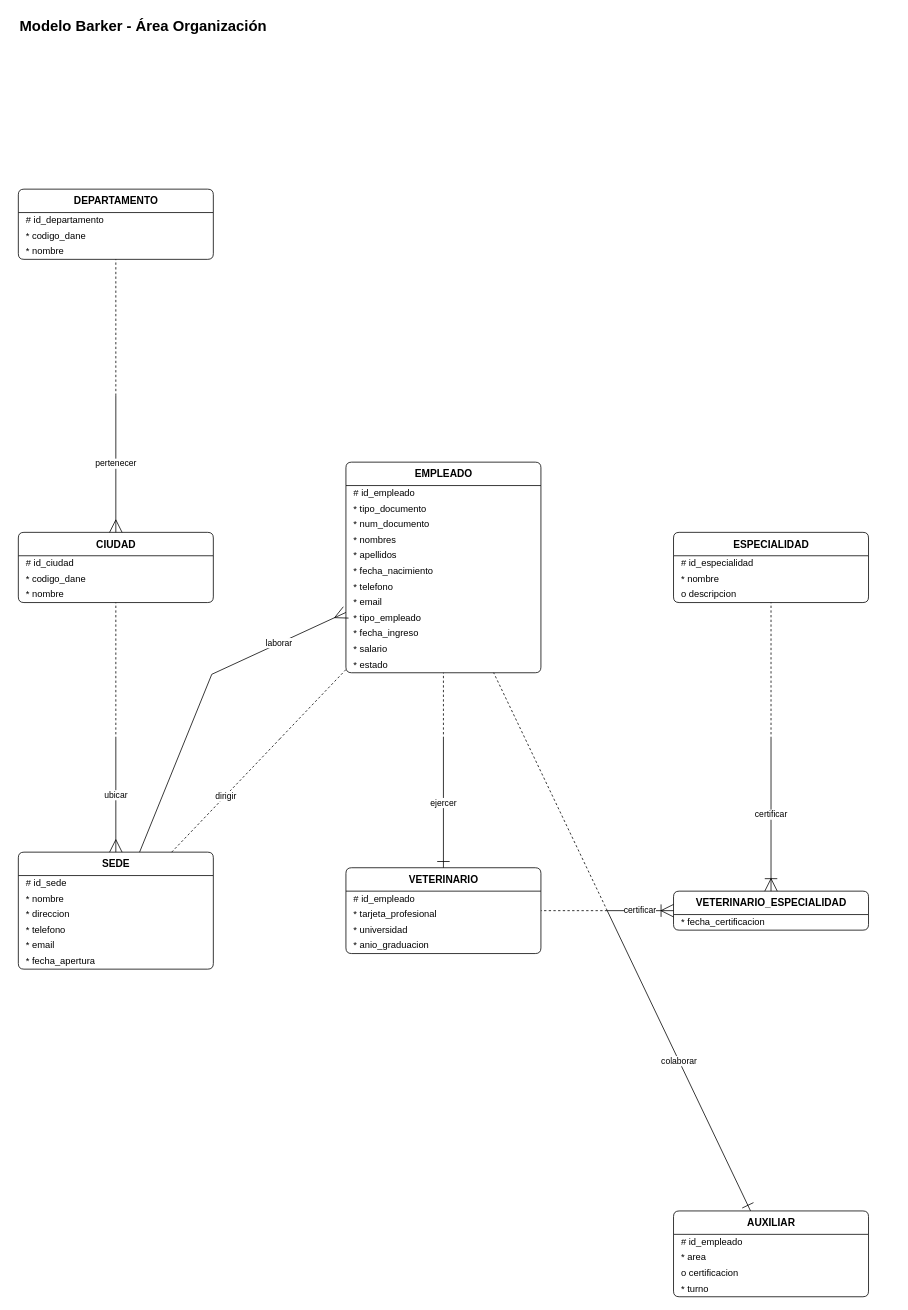
Earlier version of the draw.io diagram documentos/fase1/diagramas_drawio/16_Barker_Organizacion.drawio (Estarlan/proyecto-bd1-sigevet). Source tidied: cells renumbered, new cells numbered last; positions are measured from the earlier drawing's top-left corner, leaving out a move shared by most shapes. Both pictures are drawn from the tidied source at 78%, with x=0, y=0 at pixel (18, 13).
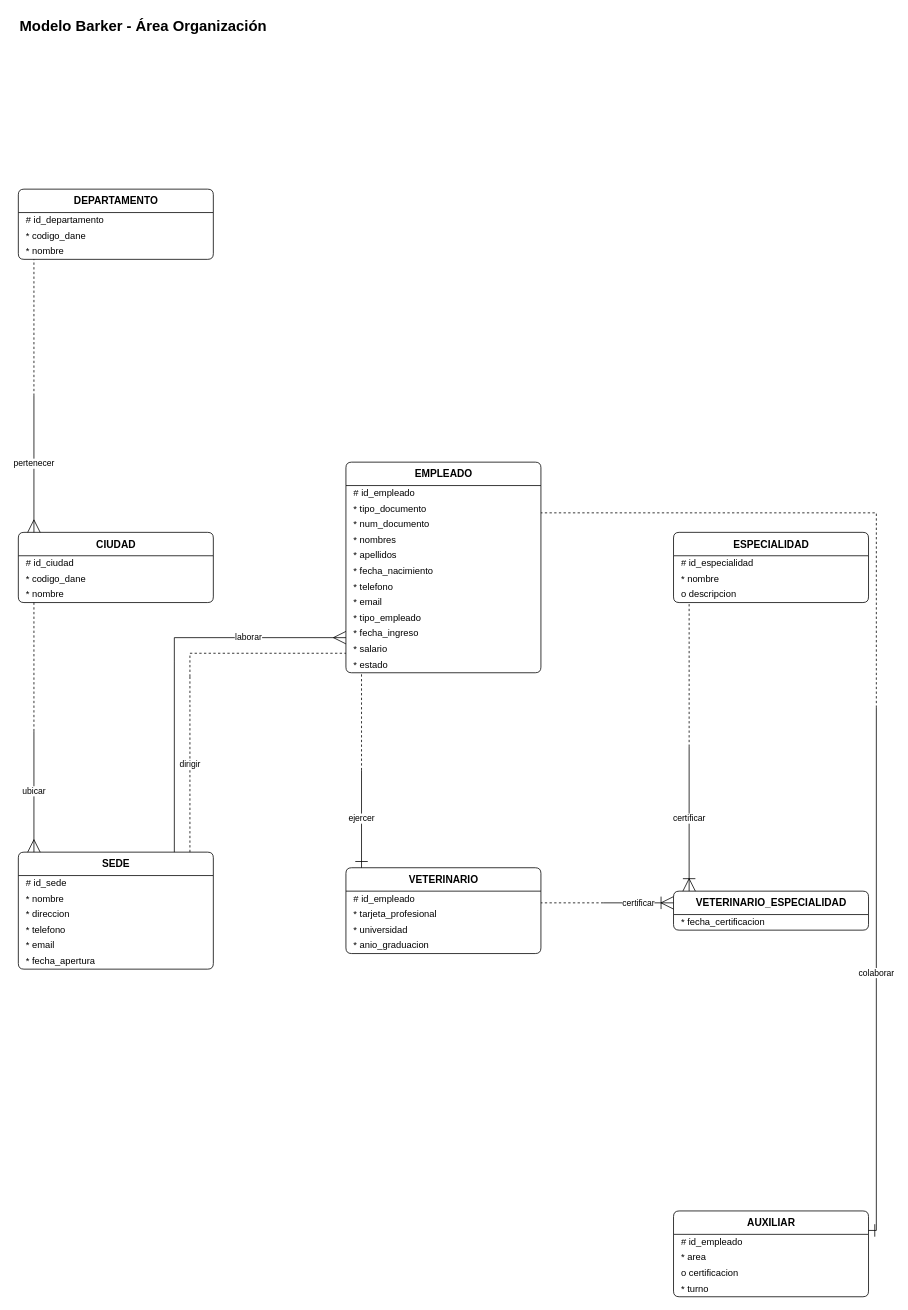
The same page after the edit.

Unchanged cells that the change refers to:
```xml
<mxCell id="3" value="DEPARTAMENTO" style="swimlane;fontStyle=1;horizontal=1;startSize=30;html=1;fillColor=none;swimlaneFillColor=none;fontSize=13;rounded=1;arcSize=8;" parent="1" vertex="1">
  <mxGeometry y="225" width="250" height="90" as="geometry" />
</mxCell>
<mxCell id="7" value="CIUDAD" style="swimlane;fontStyle=1;horizontal=1;startSize=30;html=1;fillColor=none;swimlaneFillColor=none;fontSize=13;rounded=1;arcSize=8;" parent="1" vertex="1">
  <mxGeometry y="665" width="250" height="90" as="geometry" />
</mxCell>
<mxCell id="11" value="SEDE" style="swimlane;fontStyle=1;horizontal=1;startSize=30;html=1;fillColor=none;swimlaneFillColor=none;fontSize=13;rounded=1;arcSize=8;" parent="1" vertex="1">
  <mxGeometry y="1075" width="250" height="150" as="geometry" />
</mxCell>
<mxCell id="18" value="EMPLEADO" style="swimlane;fontStyle=1;horizontal=1;startSize=30;html=1;fillColor=none;swimlaneFillColor=none;fontSize=13;rounded=1;arcSize=8;" parent="1" vertex="1">
  <mxGeometry x="420" y="575" width="250" height="270" as="geometry" />
</mxCell>
<mxCell id="31" value="VETERINARIO" style="swimlane;fontStyle=1;horizontal=1;startSize=30;html=1;fillColor=none;swimlaneFillColor=none;fontSize=13;rounded=1;arcSize=8;" parent="1" vertex="1">
  <mxGeometry x="420" y="1095" width="250" height="110" as="geometry" />
</mxCell>
<mxCell id="36" value="AUXILIAR" style="swimlane;fontStyle=1;horizontal=1;startSize=30;html=1;fillColor=none;swimlaneFillColor=none;fontSize=13;rounded=1;arcSize=8;" parent="1" vertex="1">
  <mxGeometry x="840" y="1535" width="250" height="110" as="geometry" />
</mxCell>
<mxCell id="41" value="ESPECIALIDAD" style="swimlane;fontStyle=1;horizontal=1;startSize=30;html=1;fillColor=none;swimlaneFillColor=none;fontSize=13;rounded=1;arcSize=8;" parent="1" vertex="1">
  <mxGeometry x="840" y="665" width="250" height="90" as="geometry" />
</mxCell>
<mxCell id="45" value="VETERINARIO_ESPECIALIDAD" style="swimlane;fontStyle=1;horizontal=1;startSize=30;html=1;fillColor=none;swimlaneFillColor=none;fontSize=13;rounded=1;arcSize=8;" parent="1" vertex="1">
  <mxGeometry x="840" y="1125" width="250" height="50" as="geometry" />
</mxCell>
```

Diff of the diagram source:
```diff
@@
     <mxCell id="47" style="shape=waypoint;fillColor=none;strokeColor=none;size=1;perimeter=centerPerimeter;" parent="1" vertex="1">
-      <mxGeometry x="124" y="489" width="2" height="2" as="geometry" />
+      <mxGeometry x="19" y="489" width="2" height="2" as="geometry" />
     </mxCell>
-    <mxCell id="48" value="pertenecer" style="html=1;endArrow=none;fontSize=12;labelBackgroundColor=default;startArrow=ERmany;startFill=0;startSize=14;fontSize=11;jumpStyle=arc;jumpSize=10;" parent="1" edge="1" source="7" target="47">
-      <mxGeometry relative="1" as="geometry" />
+    <mxCell id="48" value="pertenecer" style="html=1;endArrow=none;fontSize=12;labelBackgroundColor=default;startArrow=ERmany;startFill=0;startSize=14;fontSize=11;jumpStyle=gap;jumpSize=8;edgeStyle=none;rounded=0;exitX=0.08000000;exitY=0.00000000;exitPerimeter=0;entryX=0.5;entryY=0.5;entryPerimeter=0;" parent="1" edge="1" source="7" target="47">
+      <mxGeometry relative="1" as="geometry">
+        <Array as="points">
+          <mxPoint x="20" y="640" />
+          <mxPoint x="20" y="490" />
+        </Array>
+      </mxGeometry>
     </mxCell>
-    <mxCell id="49" style="html=1;endArrow=none;fontSize=12;labelBackgroundColor=default;dashed=1;jumpStyle=arc;jumpSize=10;" parent="1" edge="1" source="47" target="3">
-      <mxGeometry relative="1" as="geometry" />
+    <mxCell id="49" style="html=1;endArrow=none;fontSize=12;labelBackgroundColor=default;dashed=1;jumpStyle=gap;jumpSize=8;edgeStyle=none;rounded=0;exitX=0.5;exitY=0.5;exitPerimeter=0;entryX=0.08000000;entryY=1.00000000;entryPerimeter=0;" parent="1" edge="1" source="47" target="3">
+      <mxGeometry relative="1" as="geometry">
+        <Array as="points">
+          <mxPoint x="20" y="490" />
+          <mxPoint x="20" y="340" />
+        </Array>
+      </mxGeometry>
     </mxCell>
     <mxCell id="50" style="shape=waypoint;fillColor=none;strokeColor=none;size=1;perimeter=centerPerimeter;" parent="1" vertex="1">
-      <mxGeometry x="124" y="929" width="2" height="2" as="geometry" />
+      <mxGeometry x="19" y="919" width="2" height="2" as="geometry" />
     </mxCell>
-    <mxCell id="51" value="ubicar" style="html=1;endArrow=none;fontSize=12;labelBackgroundColor=default;startArrow=ERmany;startFill=0;startSize=14;fontSize=11;jumpStyle=arc;jumpSize=10;" parent="1" edge="1" source="11" target="50">
-      <mxGeometry relative="1" as="geometry" />
+    <mxCell id="51" value="ubicar" style="html=1;endArrow=none;fontSize=12;labelBackgroundColor=default;startArrow=ERmany;startFill=0;startSize=14;fontSize=11;jumpStyle=gap;jumpSize=8;edgeStyle=none;rounded=0;exitX=0.08000000;exitY=0.00000000;exitPerimeter=0;entryX=0.5;entryY=0.5;entryPerimeter=0;" parent="1" edge="1" source="11" target="50">
+      <mxGeometry relative="1" as="geometry">
+        <Array as="points">
+          <mxPoint x="20" y="1060" />
+          <mxPoint x="20" y="920" />
+        </Array>
+      </mxGeometry>
     </mxCell>
-    <mxCell id="52" style="html=1;endArrow=none;fontSize=12;labelBackgroundColor=default;dashed=1;jumpStyle=arc;jumpSize=10;" parent="1" edge="1" source="50" target="7">
-      <mxGeometry relative="1" as="geometry" />
+    <mxCell id="52" style="html=1;endArrow=none;fontSize=12;labelBackgroundColor=default;dashed=1;jumpStyle=gap;jumpSize=8;edgeStyle=none;rounded=0;exitX=0.5;exitY=0.5;exitPerimeter=0;entryX=0.08000000;entryY=1.00000000;entryPerimeter=0;" parent="1" edge="1" source="50" target="7">
+      <mxGeometry relative="1" as="geometry">
+        <Array as="points">
+          <mxPoint x="20" y="920" />
+          <mxPoint x="20" y="780" />
+        </Array>
+      </mxGeometry>
     </mxCell>
     <mxCell id="53" style="shape=waypoint;fillColor=none;strokeColor=none;size=1;perimeter=centerPerimeter;" parent="1" vertex="1">
-      <mxGeometry x="334" y="929" width="2" height="2" as="geometry" />
+      <mxGeometry x="219" y="849" width="2" height="2" as="geometry" />
     </mxCell>
-    <mxCell id="54" value="dirigir" style="html=1;endArrow=none;fontSize=12;labelBackgroundColor=default;dashed=1;startArrow=none;startFill=0;startSize=14;fontSize=11;jumpStyle=arc;jumpSize=10;" parent="1" edge="1" source="11" target="53">
-      <mxGeometry relative="1" as="geometry" />
+    <mxCell id="54" value="dirigir" style="html=1;endArrow=none;fontSize=12;labelBackgroundColor=default;dashed=1;startArrow=none;startFill=0;startSize=14;fontSize=11;jumpStyle=gap;jumpSize=8;edgeStyle=none;rounded=0;exitX=0.88000000;exitY=0.00000000;exitPerimeter=0;entryX=0.5;entryY=0.5;entryPerimeter=0;" parent="1" edge="1" source="11" target="53">
+      <mxGeometry relative="1" as="geometry">
+        <Array as="points">
+          <mxPoint x="220" y="1060" />
+          <mxPoint x="220" y="850" />
+        </Array>
+      </mxGeometry>
     </mxCell>
-    <mxCell id="55" style="html=1;endArrow=none;fontSize=12;labelBackgroundColor=default;dashed=1;jumpStyle=arc;jumpSize=10;" parent="1" edge="1" source="53" target="18">
-      <mxGeometry relative="1" as="geometry" />
+    <mxCell id="55" style="html=1;endArrow=none;fontSize=12;labelBackgroundColor=default;dashed=1;jumpStyle=gap;jumpSize=8;edgeStyle=none;rounded=0;exitX=0.5;exitY=0.5;exitPerimeter=0;entryX=0.00000000;entryY=0.90740741;entryPerimeter=0;" parent="1" edge="1" source="53" target="18">
+      <mxGeometry relative="1" as="geometry">
+        <Array as="points">
+          <mxPoint x="220" y="850" />
+          <mxPoint x="220" y="820" />
+          <mxPoint x="400" y="820" />
+        </Array>
+      </mxGeometry>
     </mxCell>
     <mxCell id="56" style="shape=waypoint;fillColor=none;strokeColor=none;size=1;perimeter=centerPerimeter;" parent="1" vertex="1">
-      <mxGeometry x="247" y="846" width="2" height="2" as="geometry" />
+      <mxGeometry x="199" y="829" width="2" height="2" as="geometry" />
     </mxCell>
-    <mxCell id="57" value="laborar" style="html=1;endArrow=none;fontSize=12;labelBackgroundColor=default;startArrow=ERmany;startFill=0;startSize=14;fontSize=11;jumpStyle=arc;jumpSize=10;" parent="1" edge="1" source="18" target="56">
-      <mxGeometry relative="1" as="geometry" />
+    <mxCell id="57" value="laborar" style="html=1;endArrow=none;fontSize=12;labelBackgroundColor=default;startArrow=ERmany;startFill=0;startSize=14;fontSize=11;jumpStyle=gap;jumpSize=8;edgeStyle=none;rounded=0;exitX=0.00000000;exitY=0.83333333;exitPerimeter=0;entryX=0.5;entryY=0.5;entryPerimeter=0;" parent="1" edge="1" source="18" target="56">
+      <mxGeometry relative="1" as="geometry">
+        <Array as="points">
+          <mxPoint x="400" y="800" />
+          <mxPoint x="200" y="800" />
+          <mxPoint x="200" y="830" />
+        </Array>
+      </mxGeometry>
     </mxCell>
-    <mxCell id="58" style="html=1;endArrow=none;fontSize=12;labelBackgroundColor=default;jumpStyle=arc;jumpSize=10;" parent="1" edge="1" source="56" target="11">
-      <mxGeometry relative="1" as="geometry" />
+    <mxCell id="58" style="html=1;endArrow=none;fontSize=12;labelBackgroundColor=default;jumpStyle=gap;jumpSize=8;edgeStyle=none;rounded=0;exitX=0.5;exitY=0.5;exitPerimeter=0;entryX=0.80000000;entryY=0.00000000;entryPerimeter=0;" parent="1" edge="1" source="56" target="11">
+      <mxGeometry relative="1" as="geometry">
+        <Array as="points">
+          <mxPoint x="200" y="830" />
+          <mxPoint x="200" y="1060" />
+        </Array>
+      </mxGeometry>
     </mxCell>
     <mxCell id="59" style="shape=waypoint;fillColor=none;strokeColor=none;size=1;perimeter=centerPerimeter;" parent="1" vertex="1">
-      <mxGeometry x="544" y="929" width="2" height="2" as="geometry" />
+      <mxGeometry x="439" y="969" width="2" height="2" as="geometry" />
     </mxCell>
-    <mxCell id="60" value="ejercer" style="html=1;endArrow=none;fontSize=12;labelBackgroundColor=default;startArrow=ERone;startFill=0;startSize=14;fontSize=11;jumpStyle=arc;jumpSize=10;" parent="1" edge="1" source="31" target="59">
-      <mxGeometry relative="1" as="geometry" />
+    <mxCell id="60" value="ejercer" style="html=1;endArrow=none;fontSize=12;labelBackgroundColor=default;startArrow=ERone;startFill=0;startSize=14;fontSize=11;jumpStyle=gap;jumpSize=8;edgeStyle=none;rounded=0;exitX=0.08000000;exitY=0.00000000;exitPerimeter=0;entryX=0.5;entryY=0.5;entryPerimeter=0;" parent="1" edge="1" source="31" target="59">
+      <mxGeometry relative="1" as="geometry">
+        <Array as="points">
+          <mxPoint x="440" y="1080" />
+          <mxPoint x="440" y="970" />
+        </Array>
+      </mxGeometry>
     </mxCell>
-    <mxCell id="61" style="html=1;endArrow=none;fontSize=12;labelBackgroundColor=default;dashed=1;jumpStyle=arc;jumpSize=10;" parent="1" edge="1" source="59" target="18">
-      <mxGeometry relative="1" as="geometry" />
+    <mxCell id="61" style="html=1;endArrow=none;fontSize=12;labelBackgroundColor=default;dashed=1;jumpStyle=gap;jumpSize=8;edgeStyle=none;rounded=0;exitX=0.5;exitY=0.5;exitPerimeter=0;entryX=0.08000000;entryY=1.00000000;entryPerimeter=0;" parent="1" edge="1" source="59" target="18">
+      <mxGeometry relative="1" as="geometry">
+        <Array as="points">
+          <mxPoint x="440" y="970" />
+          <mxPoint x="440" y="860" />
+        </Array>
+      </mxGeometry>
     </mxCell>
     <mxCell id="62" style="shape=waypoint;fillColor=none;strokeColor=none;size=1;perimeter=centerPerimeter;" parent="1" vertex="1">
-      <mxGeometry x="754" y="1149" width="2" height="2" as="geometry" />
+      <mxGeometry x="1099" y="889" width="2" height="2" as="geometry" />
     </mxCell>
-    <mxCell id="63" value="colaborar" style="html=1;endArrow=none;fontSize=12;labelBackgroundColor=default;startArrow=ERone;startFill=0;startSize=14;fontSize=11;jumpStyle=arc;jumpSize=10;" parent="1" edge="1" source="36" target="62">
-      <mxGeometry relative="1" as="geometry" />
+    <mxCell id="63" value="colaborar" style="html=1;endArrow=none;fontSize=12;labelBackgroundColor=default;startArrow=ERone;startFill=0;startSize=14;fontSize=11;jumpStyle=gap;jumpSize=8;edgeStyle=none;rounded=0;exitX=1.00000000;exitY=0.22727273;exitPerimeter=0;entryX=0.5;entryY=0.5;entryPerimeter=0;" parent="1" edge="1" source="36" target="62">
+      <mxGeometry relative="1" as="geometry">
+        <Array as="points">
+          <mxPoint x="1100" y="1560" />
+          <mxPoint x="1100" y="890" />
+        </Array>
+      </mxGeometry>
     </mxCell>
-    <mxCell id="64" style="html=1;endArrow=none;fontSize=12;labelBackgroundColor=default;dashed=1;jumpStyle=arc;jumpSize=10;" parent="1" edge="1" source="62" target="18">
-      <mxGeometry relative="1" as="geometry" />
+    <mxCell id="64" style="html=1;endArrow=none;fontSize=12;labelBackgroundColor=default;dashed=1;jumpStyle=gap;jumpSize=8;edgeStyle=none;rounded=0;exitX=0.5;exitY=0.5;exitPerimeter=0;entryX=1.00000000;entryY=0.24074074;entryPerimeter=0;" parent="1" edge="1" source="62" target="18">
+      <mxGeometry relative="1" as="geometry">
+        <Array as="points">
+          <mxPoint x="1100" y="890" />
+          <mxPoint x="1100" y="640" />
+          <mxPoint x="680" y="640" />
+        </Array>
+      </mxGeometry>
     </mxCell>
     <mxCell id="65" style="shape=waypoint;fillColor=none;strokeColor=none;size=1;perimeter=centerPerimeter;" parent="1" vertex="1">
-      <mxGeometry x="754" y="1149" width="2" height="2" as="geometry" />
+      <mxGeometry x="749" y="1139" width="2" height="2" as="geometry" />
     </mxCell>
-    <mxCell id="66" value="certificar" style="html=1;endArrow=none;fontSize=12;labelBackgroundColor=default;startArrow=ERoneToMany;startFill=0;startSize=14;fontSize=11;jumpStyle=arc;jumpSize=10;" parent="1" edge="1" source="45" target="65">
-      <mxGeometry relative="1" as="geometry" />
+    <mxCell id="66" value="certificar" style="html=1;endArrow=none;fontSize=12;labelBackgroundColor=default;startArrow=ERoneToMany;startFill=0;startSize=14;fontSize=11;jumpStyle=gap;jumpSize=8;edgeStyle=none;rounded=0;exitX=0.00000000;exitY=0.30000000;exitPerimeter=0;entryX=0.5;entryY=0.5;entryPerimeter=0;" parent="1" edge="1" source="45" target="65">
+      <mxGeometry relative="1" as="geometry">
+        <Array as="points">
+          <mxPoint x="820" y="1140" />
+          <mxPoint x="750" y="1140" />
+        </Array>
+      </mxGeometry>
     </mxCell>
-    <mxCell id="67" style="html=1;endArrow=none;fontSize=12;labelBackgroundColor=default;dashed=1;jumpStyle=arc;jumpSize=10;" parent="1" edge="1" source="65" target="31">
-      <mxGeometry relative="1" as="geometry" />
+    <mxCell id="67" style="html=1;endArrow=none;fontSize=12;labelBackgroundColor=default;dashed=1;jumpStyle=gap;jumpSize=8;edgeStyle=none;rounded=0;exitX=0.5;exitY=0.5;exitPerimeter=0;entryX=1.00000000;entryY=0.40909091;entryPerimeter=0;" parent="1" edge="1" source="65" target="31">
+      <mxGeometry relative="1" as="geometry">
+        <Array as="points">
+          <mxPoint x="750" y="1140" />
+          <mxPoint x="680" y="1140" />
+        </Array>
+      </mxGeometry>
     </mxCell>
     <mxCell id="68" style="shape=waypoint;fillColor=none;strokeColor=none;size=1;perimeter=centerPerimeter;" parent="1" vertex="1">
-      <mxGeometry x="964" y="929" width="2" height="2" as="geometry" />
+      <mxGeometry x="859" y="939" width="2" height="2" as="geometry" />
     </mxCell>
-    <mxCell id="69" value="certificar" style="html=1;endArrow=none;fontSize=12;labelBackgroundColor=default;startArrow=ERoneToMany;startFill=0;startSize=14;fontSize=11;jumpStyle=arc;jumpSize=10;" parent="1" edge="1" source="45" target="68">
-      <mxGeometry relative="1" as="geometry" />
+    <mxCell id="69" value="certificar" style="html=1;endArrow=none;fontSize=12;labelBackgroundColor=default;startArrow=ERoneToMany;startFill=0;startSize=14;fontSize=11;jumpStyle=gap;jumpSize=8;edgeStyle=none;rounded=0;exitX=0.08000000;exitY=0.00000000;exitPerimeter=0;entryX=0.5;entryY=0.5;entryPerimeter=0;" parent="1" edge="1" source="45" target="68">
+      <mxGeometry relative="1" as="geometry">
+        <Array as="points">
+          <mxPoint x="860" y="1100" />
+          <mxPoint x="860" y="940" />
+        </Array>
+      </mxGeometry>
     </mxCell>
-    <mxCell id="70" style="html=1;endArrow=none;fontSize=12;labelBackgroundColor=default;dashed=1;jumpStyle=arc;jumpSize=10;" parent="1" edge="1" source="68" target="41">
-      <mxGeometry relative="1" as="geometry" />
+    <mxCell id="70" style="html=1;endArrow=none;fontSize=12;labelBackgroundColor=default;dashed=1;jumpStyle=gap;jumpSize=8;edgeStyle=none;rounded=0;exitX=0.5;exitY=0.5;exitPerimeter=0;entryX=0.08000000;entryY=1.00000000;entryPerimeter=0;" parent="1" edge="1" source="68" target="41">
+      <mxGeometry relative="1" as="geometry">
+        <Array as="points">
+          <mxPoint x="860" y="940" />
+          <mxPoint x="860" y="780" />
+        </Array>
+      </mxGeometry>
     </mxCell>
```
